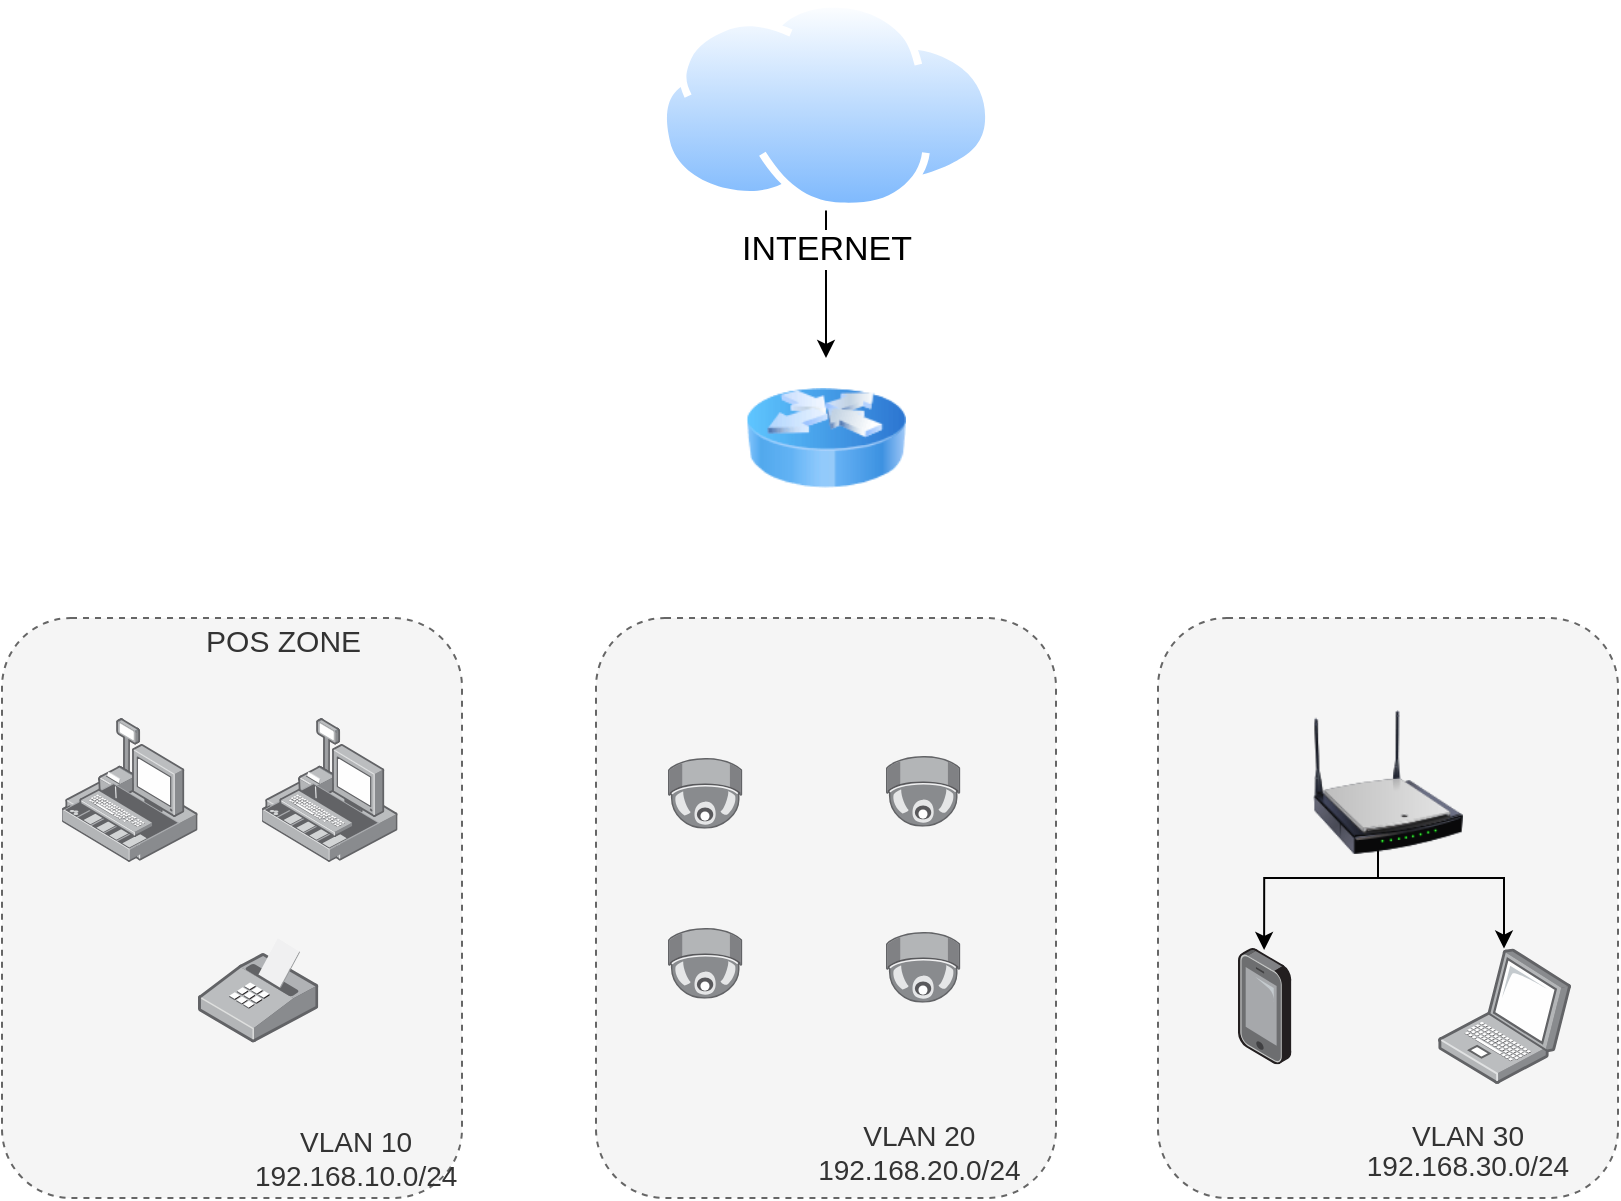
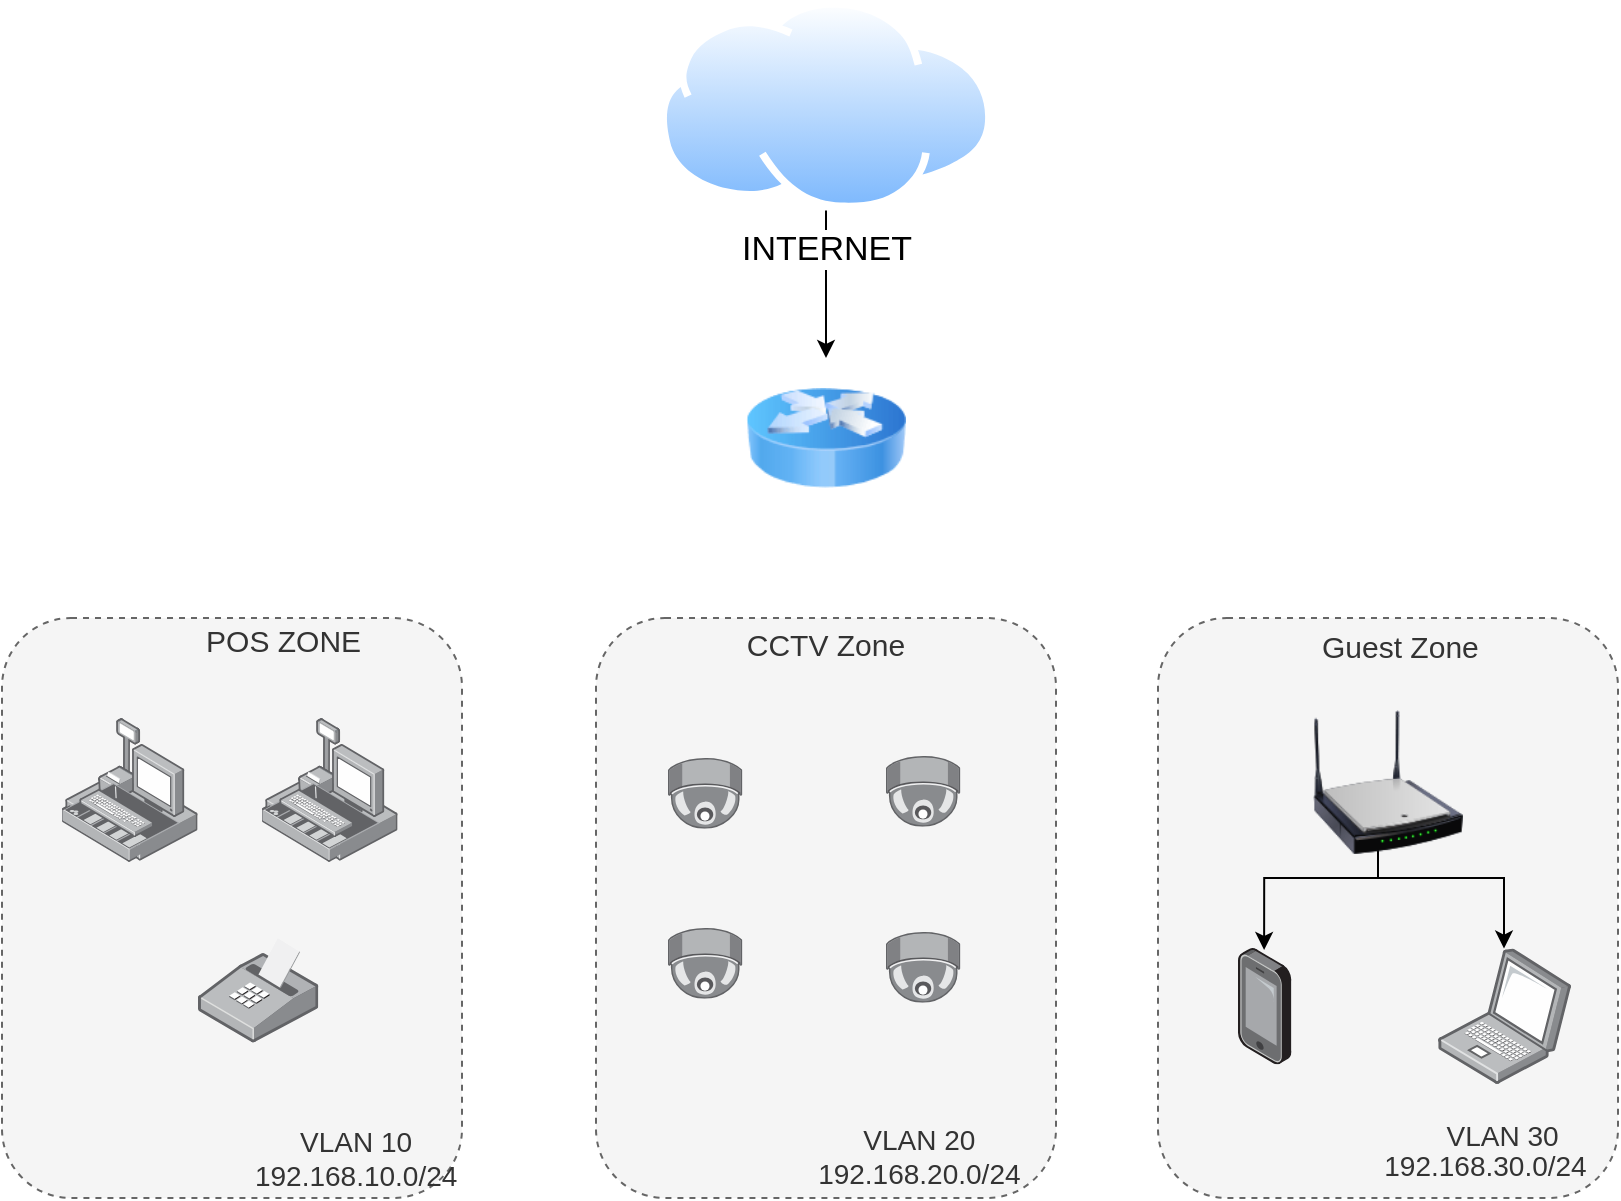
<mxfile host="app.diagrams.net">
  <diagram name="Trang-1" id="-QvKHvVX4tWdF-sznae-">
    <mxGraphModel dx="1012" dy="601" grid="1" gridSize="10" guides="1" tooltips="1" connect="1" arrows="1" fold="1" page="1" pageScale="1" pageWidth="827" pageHeight="1169" math="0" shadow="0">
      <root>
        <mxCell id="0" />
        <mxCell id="1" parent="0" />
        <mxCell id="tlgCcKQl9_W-pkazaHYF-1" parent="1" style="rounded=1;whiteSpace=wrap;html=1;dashed=1;fillColor=#f5f5f5;strokeColor=#666666;fontColor=#333333;align=left;" value="&lt;div&gt;&lt;font style=&quot;font-size: 15px;&quot;&gt;&lt;span style=&quot;white-space: pre;&quot;&gt;&#x9;&lt;/span&gt;&lt;span style=&quot;white-space: pre;&quot;&gt;&#x9;&lt;/span&gt;&lt;span style=&quot;white-space: pre;&quot;&gt;&#x9;&lt;/span&gt;POS ZONE&lt;br&gt;&lt;/font&gt;&lt;/div&gt;&lt;div&gt;&lt;font style=&quot;font-size: 14px;&quot;&gt;&lt;br&gt;&lt;/font&gt;&lt;/div&gt;&lt;div&gt;&lt;font style=&quot;font-size: 14px;&quot;&gt;&lt;br&gt;&lt;/font&gt;&lt;/div&gt;&lt;div style=&quot;text-align: center;&quot;&gt;&lt;font style=&quot;font-size: 14px;&quot;&gt;&lt;br&gt;&lt;/font&gt;&lt;/div&gt;&lt;div style=&quot;text-align: center;&quot;&gt;&lt;font style=&quot;font-size: 14px;&quot;&gt;&lt;br&gt;&lt;/font&gt;&lt;/div&gt;&lt;div style=&quot;text-align: center;&quot;&gt;&lt;font style=&quot;font-size: 14px;&quot;&gt;&lt;br&gt;&lt;/font&gt;&lt;/div&gt;&lt;div style=&quot;text-align: center;&quot;&gt;&lt;font style=&quot;font-size: 14px;&quot;&gt;&lt;br&gt;&lt;/font&gt;&lt;/div&gt;&lt;div style=&quot;text-align: center;&quot;&gt;&lt;font style=&quot;font-size: 14px;&quot;&gt;&lt;br&gt;&lt;/font&gt;&lt;/div&gt;&lt;div style=&quot;text-align: center;&quot;&gt;&lt;br&gt;&lt;/div&gt;&lt;div style=&quot;text-align: center;&quot;&gt;&lt;font style=&quot;font-size: 14px;&quot;&gt;&lt;br&gt;&lt;/font&gt;&lt;/div&gt;&lt;div style=&quot;text-align: center;&quot;&gt;&lt;font style=&quot;font-size: 14px;&quot;&gt;&lt;br&gt;&lt;/font&gt;&lt;/div&gt;&lt;div&gt;&lt;div style=&quot;text-align: center;&quot;&gt;&lt;span style=&quot;font-size: 14px; background-color: transparent; color: light-dark(rgb(51, 51, 51), rgb(193, 193, 193));&quot;&gt;&amp;nbsp; &amp;nbsp; &amp;nbsp; &amp;nbsp; &amp;nbsp; &amp;nbsp; &amp;nbsp; &amp;nbsp; &amp;nbsp; &amp;nbsp; &amp;nbsp; &amp;nbsp; &amp;nbsp; &amp;nbsp; &amp;nbsp; &amp;nbsp;&amp;nbsp;&lt;/span&gt;&lt;/div&gt;&lt;div style=&quot;text-align: center;&quot;&gt;&lt;span style=&quot;font-size: 14px; background-color: transparent; color: light-dark(rgb(51, 51, 51), rgb(193, 193, 193));&quot;&gt;&lt;br&gt;&lt;/span&gt;&lt;/div&gt;&lt;div style=&quot;text-align: center;&quot;&gt;&lt;span style=&quot;font-size: 14px; background-color: transparent; color: light-dark(rgb(51, 51, 51), rgb(193, 193, 193));&quot;&gt;&lt;br&gt;&lt;/span&gt;&lt;/div&gt;&lt;div style=&quot;text-align: center;&quot;&gt;&lt;span style=&quot;font-size: 14px; background-color: transparent; color: light-dark(rgb(51, 51, 51), rgb(193, 193, 193));&quot;&gt;&lt;br&gt;&lt;/span&gt;&lt;/div&gt;&lt;div style=&quot;text-align: center;&quot;&gt;&lt;span style=&quot;font-size: 14px; background-color: transparent; color: light-dark(rgb(51, 51, 51), rgb(193, 193, 193));&quot;&gt;&lt;span style=&quot;white-space: pre;&quot;&gt;&#x9;&lt;/span&gt;&lt;span style=&quot;white-space: pre;&quot;&gt;&#x9;&lt;/span&gt;&lt;span style=&quot;white-space: pre;&quot;&gt;&#x9;&lt;/span&gt;&lt;span style=&quot;white-space: pre;&quot;&gt;&#x9;&lt;/span&gt;VLAN 10&lt;/span&gt;&lt;/div&gt;&lt;div style=&quot;text-align: center;&quot;&gt;&lt;font style=&quot;font-size: 14px;&quot;&gt;&lt;span style=&quot;white-space: pre;&quot;&gt;&#x9;&lt;/span&gt;&lt;span style=&quot;white-space: pre;&quot;&gt;&#x9;&lt;/span&gt;&lt;span style=&quot;white-space: pre;&quot;&gt;&#x9;&lt;/span&gt;&lt;span style=&quot;white-space: pre;&quot;&gt;&#x9;&lt;/span&gt;192.168.10.0/24&lt;/font&gt;&lt;/div&gt;&lt;/div&gt;" vertex="1">
          <mxGeometry height="290" width="230" x="10" y="310" as="geometry" />
        </mxCell>
        <mxCell id="tlgCcKQl9_W-pkazaHYF-5" edge="1" parent="1" source="6glJgjmVUURO1JKE-K0C-2" style="edgeStyle=orthogonalEdgeStyle;rounded=0;orthogonalLoop=1;jettySize=auto;html=1;" value="">
          <mxGeometry relative="1" as="geometry">
            <mxPoint x="422.0050000000001" y="180" as="targetPoint" />
          </mxGeometry>
        </mxCell>
        <mxCell id="6glJgjmVUURO1JKE-K0C-2" parent="1" style="image;aspect=fixed;perimeter=ellipsePerimeter;html=1;align=center;shadow=0;dashed=0;spacingTop=3;image=img/lib/active_directory/internet_cloud.svg;" value="&lt;font style=&quot;font-size: 17px;&quot;&gt;INTERNET&lt;/font&gt;" vertex="1">
          <mxGeometry height="105.2" width="166.99" x="338.51" y="1" as="geometry" />
        </mxCell>
        <mxCell id="tlgCcKQl9_W-pkazaHYF-2" parent="1" style="image;html=1;image=img/lib/clip_art/networking/Router_Icon_128x128.png;labelBackgroundColor=#f8cecc;labelBorderColor=#b85450;" value="" vertex="1">
          <mxGeometry height="80" width="80" x="382" y="180" as="geometry" />
        </mxCell>
-         <mxCell id="tlgCcKQl9_W-pkazaHYF-6" parent="1" style="rounded=1;whiteSpace=wrap;html=1;dashed=1;fillColor=#f5f5f5;strokeColor=#666666;fontColor=#333333;" value="&lt;div&gt;&lt;br&gt;&lt;/div&gt;&lt;div&gt;&lt;br&gt;&lt;/div&gt;&lt;div&gt;&lt;br&gt;&lt;/div&gt;&lt;div&gt;&lt;br&gt;&lt;/div&gt;&lt;div&gt;&lt;br&gt;&lt;/div&gt;&lt;div&gt;&lt;br&gt;&lt;/div&gt;&lt;div&gt;&lt;br&gt;&lt;/div&gt;&lt;div&gt;&lt;br&gt;&lt;/div&gt;&lt;div&gt;&lt;br&gt;&lt;/div&gt;&lt;div&gt;&lt;br&gt;&lt;/div&gt;&lt;div&gt;&lt;br&gt;&lt;/div&gt;&lt;div&gt;&lt;br&gt;&lt;/div&gt;&lt;div&gt;&lt;br&gt;&lt;/div&gt;&lt;div&gt;&lt;br&gt;&lt;/div&gt;&lt;div&gt;&lt;br&gt;&lt;/div&gt;&lt;div&gt;&lt;br&gt;&lt;/div&gt;&lt;div&gt;&lt;br&gt;&lt;/div&gt;&lt;div&gt;&lt;span style=&quot;font-size: 14px; background-color: transparent; color: light-dark(rgb(51, 51, 51), rgb(193, 193, 193));&quot;&gt;&lt;span style=&quot;white-space: pre;&quot;&gt;&#x9;&lt;/span&gt;&lt;span style=&quot;white-space: pre;&quot;&gt;&#x9;&lt;/span&gt;&lt;span style=&quot;white-space: pre;&quot;&gt;&#x9;&lt;/span&gt;VLAN 20&lt;/span&gt;&lt;/div&gt;&lt;div&gt;&lt;/div&gt;&lt;div&gt;&lt;font style=&quot;font-size: 14px;&quot;&gt;&lt;span style=&quot;white-space: pre;&quot;&gt;&#x9;&lt;/span&gt;&lt;span style=&quot;white-space: pre;&quot;&gt;&#x9;&lt;/span&gt;&lt;span style=&quot;white-space: pre;&quot;&gt;&#x9;&lt;/span&gt;192.168.20.0/24&lt;/font&gt;&lt;/div&gt;" vertex="1">
+         <mxCell id="tlgCcKQl9_W-pkazaHYF-6" parent="1" style="rounded=1;whiteSpace=wrap;html=1;dashed=1;fillColor=#f5f5f5;strokeColor=#666666;fontColor=#333333;" value="&lt;div&gt;&lt;font style=&quot;font-size: 15px;&quot;&gt;CCTV Zone&lt;/font&gt;&lt;/div&gt;&lt;div&gt;&lt;br&gt;&lt;/div&gt;&lt;div&gt;&lt;br&gt;&lt;/div&gt;&lt;div&gt;&lt;br&gt;&lt;/div&gt;&lt;div&gt;&lt;br&gt;&lt;/div&gt;&lt;div&gt;&lt;br&gt;&lt;/div&gt;&lt;div&gt;&lt;br&gt;&lt;/div&gt;&lt;div&gt;&lt;br&gt;&lt;/div&gt;&lt;div&gt;&lt;br&gt;&lt;/div&gt;&lt;div&gt;&lt;br&gt;&lt;/div&gt;&lt;div&gt;&lt;br&gt;&lt;/div&gt;&lt;div&gt;&lt;br&gt;&lt;/div&gt;&lt;div&gt;&lt;br&gt;&lt;/div&gt;&lt;div&gt;&lt;br&gt;&lt;/div&gt;&lt;div&gt;&lt;br&gt;&lt;/div&gt;&lt;div&gt;&lt;br&gt;&lt;/div&gt;&lt;div&gt;&lt;br&gt;&lt;/div&gt;&lt;div&gt;&lt;span style=&quot;font-size: 14px; background-color: transparent; color: light-dark(rgb(51, 51, 51), rgb(193, 193, 193));&quot;&gt;&lt;span style=&quot;white-space: pre;&quot;&gt;&#x9;&lt;/span&gt;&lt;span style=&quot;white-space: pre;&quot;&gt;&#x9;&lt;/span&gt;&lt;span style=&quot;white-space: pre;&quot;&gt;&#x9;&lt;/span&gt;VLAN 20&lt;/span&gt;&lt;/div&gt;&lt;div&gt;&lt;/div&gt;&lt;div&gt;&lt;font style=&quot;font-size: 14px;&quot;&gt;&lt;span style=&quot;white-space: pre;&quot;&gt;&#x9;&lt;/span&gt;&lt;span style=&quot;white-space: pre;&quot;&gt;&#x9;&lt;/span&gt;&lt;span style=&quot;white-space: pre;&quot;&gt;&#x9;&lt;/span&gt;192.168.20.0/24&lt;/font&gt;&lt;/div&gt;" vertex="1">
          <mxGeometry height="290" width="230" x="307" y="310" as="geometry" />
        </mxCell>
-         <mxCell id="tlgCcKQl9_W-pkazaHYF-7" parent="1" style="rounded=1;whiteSpace=wrap;html=1;dashed=1;fillColor=#f5f5f5;strokeColor=#666666;fontColor=#333333;" value="&lt;blockquote style=&quot;margin: 0px 0px 0px 40px; border-width: medium; border-style: none; border-color: currentcolor; border-image: initial; padding: 0px; line-height: 110%;&quot;&gt;&lt;blockquote style=&quot;margin: 0px 0px 0px 40px; border-width: medium; border-style: none; border-color: currentcolor; border-image: initial; padding: 0px;&quot;&gt;&lt;font style=&quot;font-size: 14px;&quot;&gt;&lt;br&gt;&lt;/font&gt;&lt;/blockquote&gt;&lt;blockquote style=&quot;margin: 0px 0px 0px 40px; border-width: medium; border-style: none; border-color: currentcolor; border-image: initial; padding: 0px;&quot;&gt;&lt;font style=&quot;font-size: 14px;&quot;&gt;&lt;br&gt;&lt;/font&gt;&lt;/blockquote&gt;&lt;blockquote style=&quot;margin: 0px 0px 0px 40px; border-width: medium; border-style: none; border-color: currentcolor; border-image: initial; padding: 0px;&quot;&gt;&lt;font style=&quot;font-size: 14px;&quot;&gt;&lt;br&gt;&lt;/font&gt;&lt;/blockquote&gt;&lt;blockquote style=&quot;margin: 0px 0px 0px 40px; border-width: medium; border-style: none; border-color: currentcolor; border-image: initial; padding: 0px;&quot;&gt;&lt;font style=&quot;font-size: 14px;&quot;&gt;&lt;br&gt;&lt;/font&gt;&lt;/blockquote&gt;&lt;blockquote style=&quot;margin: 0px 0px 0px 40px; border-width: medium; border-style: none; border-color: currentcolor; border-image: initial; padding: 0px;&quot;&gt;&lt;font style=&quot;font-size: 14px;&quot;&gt;&lt;br&gt;&lt;/font&gt;&lt;/blockquote&gt;&lt;blockquote style=&quot;margin: 0px 0px 0px 40px; border-width: medium; border-style: none; border-color: currentcolor; border-image: initial; padding: 0px;&quot;&gt;&lt;font style=&quot;font-size: 14px;&quot;&gt;&lt;br&gt;&lt;/font&gt;&lt;/blockquote&gt;&lt;blockquote style=&quot;margin: 0px 0px 0px 40px; border-width: medium; border-style: none; border-color: currentcolor; border-image: initial; padding: 0px;&quot;&gt;&lt;font style=&quot;font-size: 14px;&quot;&gt;&lt;br&gt;&lt;/font&gt;&lt;/blockquote&gt;&lt;blockquote style=&quot;margin: 0px 0px 0px 40px; border-width: medium; border-style: none; border-color: currentcolor; border-image: initial; padding: 0px;&quot;&gt;&lt;font style=&quot;font-size: 14px;&quot;&gt;&lt;br&gt;&lt;/font&gt;&lt;/blockquote&gt;&lt;blockquote style=&quot;margin: 0px 0px 0px 40px; border-width: medium; border-style: none; border-color: currentcolor; border-image: initial; padding: 0px;&quot;&gt;&lt;font style=&quot;font-size: 14px;&quot;&gt;&lt;br&gt;&lt;/font&gt;&lt;/blockquote&gt;&lt;blockquote style=&quot;margin: 0px 0px 0px 40px; border-width: medium; border-style: none; border-color: currentcolor; border-image: initial; padding: 0px;&quot;&gt;&lt;font style=&quot;font-size: 14px;&quot;&gt;&lt;br&gt;&lt;/font&gt;&lt;/blockquote&gt;&lt;blockquote style=&quot;margin: 0px 0px 0px 40px; border-width: medium; border-style: none; border-color: currentcolor; border-image: initial; padding: 0px;&quot;&gt;&lt;font style=&quot;font-size: 14px;&quot;&gt;&lt;br&gt;&lt;/font&gt;&lt;/blockquote&gt;&lt;blockquote style=&quot;margin: 0px 0px 0px 40px; border-width: medium; border-style: none; border-color: currentcolor; border-image: initial; padding: 0px;&quot;&gt;&lt;font style=&quot;font-size: 14px;&quot;&gt;&lt;br&gt;&lt;/font&gt;&lt;/blockquote&gt;&lt;blockquote style=&quot;margin: 0px 0px 0px 40px; border-width: medium; border-style: none; border-color: currentcolor; border-image: initial; padding: 0px;&quot;&gt;&lt;font style=&quot;font-size: 14px;&quot;&gt;&lt;br&gt;&lt;/font&gt;&lt;/blockquote&gt;&lt;blockquote style=&quot;margin: 0px 0px 0px 40px; border-width: medium; border-style: none; border-color: currentcolor; border-image: initial; padding: 0px;&quot;&gt;&lt;font style=&quot;font-size: 14px;&quot;&gt;&lt;br&gt;&lt;/font&gt;&lt;/blockquote&gt;&lt;blockquote style=&quot;margin: 0px 0px 0px 40px; border-width: medium; border-style: none; border-color: currentcolor; border-image: initial; padding: 0px;&quot;&gt;&lt;span style=&quot;font-size: 14px; background-color: transparent; color: light-dark(rgb(51, 51, 51), rgb(193, 193, 193));&quot;&gt;&lt;br&gt;&lt;/span&gt;&lt;/blockquote&gt;&lt;blockquote style=&quot;margin: 0px 0px 0px 40px; border-width: medium; border-style: none; border-color: currentcolor; border-image: initial; padding: 0px;&quot;&gt;&lt;span style=&quot;font-size: 14px; background-color: transparent; color: light-dark(rgb(51, 51, 51), rgb(193, 193, 193)); line-height: 110%;&quot;&gt;&lt;br&gt;&lt;/span&gt;&lt;/blockquote&gt;&lt;blockquote style=&quot;margin: 0px 0px 0px 40px; border-width: medium; border-style: none; border-color: currentcolor; border-image: initial; padding: 0px;&quot;&gt;&lt;span style=&quot;font-size: 14px; background-color: transparent; color: light-dark(rgb(51, 51, 51), rgb(193, 193, 193)); line-height: 110%;&quot;&gt;&lt;br&gt;&lt;/span&gt;&lt;/blockquote&gt;&lt;blockquote style=&quot;margin: 0px 0px 0px 40px; border-width: medium; border-style: none; border-color: currentcolor; border-image: initial; padding: 0px;&quot;&gt;&lt;span style=&quot;font-size: 14px; background-color: transparent; color: light-dark(rgb(51, 51, 51), rgb(193, 193, 193)); line-height: 110%;&quot;&gt;VLAN 30&lt;/span&gt;&lt;/blockquote&gt;&lt;blockquote style=&quot;margin: 0px 0px 0px 40px; border-width: medium; border-style: none; border-color: currentcolor; border-image: initial; padding: 0px;&quot;&gt;&lt;div&gt;&lt;font style=&quot;font-size: 14px; line-height: 110%;&quot;&gt;192.168.30.0/24&lt;/font&gt;&lt;/div&gt;&lt;/blockquote&gt;&lt;/blockquote&gt;" vertex="1">
+         <mxCell id="tlgCcKQl9_W-pkazaHYF-7" parent="1" style="rounded=1;whiteSpace=wrap;html=1;dashed=1;fillColor=#f5f5f5;strokeColor=#666666;fontColor=#333333;align=left;" value="&lt;blockquote style=&quot;margin: 0px 0px 0px 40px; border-width: medium; border-style: none; border-color: currentcolor; border-image: initial; padding: 0px; line-height: 110%;&quot;&gt;&lt;blockquote style=&quot;margin: 0px 0px 0px 40px; border-width: medium; border-style: none; border-color: currentcolor; border-image: initial; padding: 0px;&quot;&gt;&lt;font style=&quot;font-size: 15px;&quot;&gt;Guest Zone&lt;/font&gt;&lt;/blockquote&gt;&lt;blockquote style=&quot;margin: 0px 0px 0px 40px; border-width: medium; border-style: none; border-color: currentcolor; border-image: initial; padding: 0px;&quot;&gt;&lt;br&gt;&lt;/blockquote&gt;&lt;blockquote style=&quot;margin: 0px 0px 0px 40px; border-width: medium; border-style: none; border-color: currentcolor; border-image: initial; padding: 0px;&quot;&gt;&lt;font style=&quot;font-size: 14px;&quot;&gt;&lt;br&gt;&lt;/font&gt;&lt;/blockquote&gt;&lt;blockquote style=&quot;margin: 0px 0px 0px 40px; border-width: medium; border-style: none; border-color: currentcolor; border-image: initial; padding: 0px;&quot;&gt;&lt;font style=&quot;font-size: 14px;&quot;&gt;&lt;br&gt;&lt;/font&gt;&lt;/blockquote&gt;&lt;blockquote style=&quot;margin: 0px 0px 0px 40px; border-width: medium; border-style: none; border-color: currentcolor; border-image: initial; padding: 0px;&quot;&gt;&lt;font style=&quot;font-size: 14px;&quot;&gt;&lt;br&gt;&lt;/font&gt;&lt;/blockquote&gt;&lt;blockquote style=&quot;margin: 0px 0px 0px 40px; border-width: medium; border-style: none; border-color: currentcolor; border-image: initial; padding: 0px;&quot;&gt;&lt;font style=&quot;font-size: 14px;&quot;&gt;&lt;br&gt;&lt;/font&gt;&lt;/blockquote&gt;&lt;blockquote style=&quot;margin: 0px 0px 0px 40px; border-width: medium; border-style: none; border-color: currentcolor; border-image: initial; padding: 0px;&quot;&gt;&lt;font style=&quot;font-size: 14px;&quot;&gt;&lt;br&gt;&lt;/font&gt;&lt;/blockquote&gt;&lt;blockquote style=&quot;margin: 0px 0px 0px 40px; border-width: medium; border-style: none; border-color: currentcolor; border-image: initial; padding: 0px;&quot;&gt;&lt;font style=&quot;font-size: 14px;&quot;&gt;&lt;br&gt;&lt;/font&gt;&lt;/blockquote&gt;&lt;blockquote style=&quot;margin: 0px 0px 0px 40px; border-width: medium; border-style: none; border-color: currentcolor; border-image: initial; padding: 0px;&quot;&gt;&lt;font style=&quot;font-size: 14px;&quot;&gt;&lt;br&gt;&lt;/font&gt;&lt;/blockquote&gt;&lt;blockquote style=&quot;margin: 0px 0px 0px 40px; border-width: medium; border-style: none; border-color: currentcolor; border-image: initial; padding: 0px;&quot;&gt;&lt;font style=&quot;font-size: 14px;&quot;&gt;&lt;br&gt;&lt;/font&gt;&lt;/blockquote&gt;&lt;blockquote style=&quot;margin: 0px 0px 0px 40px; border-width: medium; border-style: none; border-color: currentcolor; border-image: initial; padding: 0px;&quot;&gt;&lt;font style=&quot;font-size: 14px;&quot;&gt;&lt;br&gt;&lt;/font&gt;&lt;/blockquote&gt;&lt;blockquote style=&quot;margin: 0px 0px 0px 40px; border-width: medium; border-style: none; border-color: currentcolor; border-image: initial; padding: 0px;&quot;&gt;&lt;font style=&quot;font-size: 14px;&quot;&gt;&lt;br&gt;&lt;/font&gt;&lt;/blockquote&gt;&lt;blockquote style=&quot;margin: 0px 0px 0px 40px; border-width: medium; border-style: none; border-color: currentcolor; border-image: initial; padding: 0px;&quot;&gt;&lt;font style=&quot;font-size: 14px;&quot;&gt;&lt;br&gt;&lt;/font&gt;&lt;/blockquote&gt;&lt;blockquote style=&quot;margin: 0px 0px 0px 40px; border-width: medium; border-style: none; border-color: currentcolor; border-image: initial; padding: 0px;&quot;&gt;&lt;font style=&quot;font-size: 14px;&quot;&gt;&lt;br&gt;&lt;/font&gt;&lt;/blockquote&gt;&lt;blockquote style=&quot;margin: 0px 0px 0px 40px; border-width: medium; border-style: none; border-color: currentcolor; border-image: initial; padding: 0px;&quot;&gt;&lt;span style=&quot;font-size: 14px; background-color: transparent; color: light-dark(rgb(51, 51, 51), rgb(193, 193, 193));&quot;&gt;&lt;br&gt;&lt;/span&gt;&lt;/blockquote&gt;&lt;blockquote style=&quot;margin: 0px 0px 0px 40px; border-width: medium; border-style: none; border-color: currentcolor; border-image: initial; padding: 0px;&quot;&gt;&lt;span style=&quot;font-size: 14px; background-color: transparent; color: light-dark(rgb(51, 51, 51), rgb(193, 193, 193)); line-height: 110%;&quot;&gt;&lt;br&gt;&lt;/span&gt;&lt;/blockquote&gt;&lt;blockquote style=&quot;margin: 0px 0px 0px 40px; border-width: medium; border-style: none; border-color: currentcolor; border-image: initial; padding: 0px;&quot;&gt;&lt;span style=&quot;font-size: 14px; background-color: transparent; color: light-dark(rgb(51, 51, 51), rgb(193, 193, 193)); line-height: 110%;&quot;&gt;&lt;br&gt;&lt;/span&gt;&lt;/blockquote&gt;&lt;blockquote style=&quot;margin: 0px 0px 0px 40px; border-width: medium; border-style: none; border-color: currentcolor; border-image: initial; padding: 0px;&quot;&gt;&lt;span style=&quot;font-size: 14px; background-color: transparent; color: light-dark(rgb(51, 51, 51), rgb(193, 193, 193)); line-height: 110%;&quot;&gt;&lt;span style=&quot;white-space: pre;&quot;&gt;&#x9;&lt;/span&gt;&lt;span style=&quot;white-space: pre;&quot;&gt;&#x9;&lt;/span&gt;VLAN 30&lt;/span&gt;&lt;/blockquote&gt;&lt;blockquote style=&quot;margin: 0px 0px 0px 40px; border-width: medium; border-style: none; border-color: currentcolor; border-image: initial; padding: 0px;&quot;&gt;&lt;div&gt;&lt;font style=&quot;font-size: 14px; line-height: 110%;&quot;&gt;&lt;span style=&quot;white-space: pre;&quot;&gt;&#x9;&lt;/span&gt;192.168.30.0/24&lt;/font&gt;&lt;/div&gt;&lt;/blockquote&gt;&lt;/blockquote&gt;" vertex="1">
          <mxGeometry height="290" width="230" x="588" y="310" as="geometry" />
        </mxCell>
        <mxCell id="tlgCcKQl9_W-pkazaHYF-8" parent="1" style="image;points=[];aspect=fixed;html=1;align=center;shadow=0;dashed=0;image=img/lib/allied_telesis/security/POS.svg;" value="" vertex="1">
          <mxGeometry height="72" width="67.8" x="40" y="360" as="geometry" />
        </mxCell>
        <mxCell id="tlgCcKQl9_W-pkazaHYF-9" parent="1" style="image;points=[];aspect=fixed;html=1;align=center;shadow=0;dashed=0;image=img/lib/allied_telesis/security/POS.svg;" value="" vertex="1">
          <mxGeometry height="72" width="67.8" x="140" y="360" as="geometry" />
        </mxCell>
        <mxCell id="tlgCcKQl9_W-pkazaHYF-10" parent="1" style="image;points=[];aspect=fixed;html=1;align=center;shadow=0;dashed=0;image=img/lib/allied_telesis/computer_and_terminals/POS_Printer.svg;direction=east;" value="" vertex="1">
          <mxGeometry height="52.4" width="60.16" x="108" y="470" as="geometry" />
        </mxCell>
        <mxCell id="tlgCcKQl9_W-pkazaHYF-11" parent="1" style="image;points=[];aspect=fixed;html=1;align=center;shadow=0;dashed=0;image=img/lib/allied_telesis/security/Surveillance_Camera_Ceiling.svg;" value="" vertex="1">
          <mxGeometry height="35.4" width="37.2" x="343" y="380" as="geometry" />
        </mxCell>
        <mxCell id="tlgCcKQl9_W-pkazaHYF-12" parent="1" style="image;points=[];aspect=fixed;html=1;align=center;shadow=0;dashed=0;image=img/lib/allied_telesis/security/Surveillance_Camera_Ceiling.svg;" value="" vertex="1">
          <mxGeometry height="35.4" width="37.2" x="343" y="465" as="geometry" />
        </mxCell>
        <mxCell id="tlgCcKQl9_W-pkazaHYF-14" parent="1" style="image;points=[];aspect=fixed;html=1;align=center;shadow=0;dashed=0;image=img/lib/allied_telesis/security/Surveillance_Camera_Ceiling.svg;" value="" vertex="1">
          <mxGeometry height="35.4" width="37.2" x="452" y="379" as="geometry" />
        </mxCell>
        <mxCell id="tlgCcKQl9_W-pkazaHYF-16" parent="1" style="image;points=[];aspect=fixed;html=1;align=center;shadow=0;dashed=0;image=img/lib/allied_telesis/security/Surveillance_Camera_Ceiling.svg;" value="" vertex="1">
          <mxGeometry height="35.4" width="37.2" x="452" y="467" as="geometry" />
        </mxCell>
        <mxCell id="tlgCcKQl9_W-pkazaHYF-20" edge="1" parent="1" source="tlgCcKQl9_W-pkazaHYF-17" style="edgeStyle=orthogonalEdgeStyle;rounded=0;orthogonalLoop=1;jettySize=auto;html=1;" target="tlgCcKQl9_W-pkazaHYF-19" value="">
          <mxGeometry relative="1" as="geometry">
            <Array as="points">
              <mxPoint x="698" y="440" />
              <mxPoint x="761" y="440" />
            </Array>
          </mxGeometry>
        </mxCell>
        <mxCell id="tlgCcKQl9_W-pkazaHYF-22" edge="1" parent="1" style="edgeStyle=orthogonalEdgeStyle;rounded=0;orthogonalLoop=1;jettySize=auto;html=1;" value="">
          <mxGeometry relative="1" as="geometry">
            <Array as="points">
              <mxPoint x="698" y="440" />
              <mxPoint x="641" y="440" />
            </Array>
            <mxPoint x="698" y="399" as="sourcePoint" />
            <mxPoint x="641.0588235294117" y="476" as="targetPoint" />
          </mxGeometry>
        </mxCell>
        <mxCell id="tlgCcKQl9_W-pkazaHYF-17" parent="1" style="image;html=1;image=img/lib/clip_art/networking/Wireless_Router_N_128x128.png" value="" vertex="1">
          <mxGeometry height="80" width="75" x="665.5" y="352" as="geometry" />
        </mxCell>
        <mxCell id="tlgCcKQl9_W-pkazaHYF-18" parent="1" style="image;points=[];aspect=fixed;html=1;align=center;shadow=0;dashed=0;image=img/lib/allied_telesis/computer_and_terminals/Smartphone.svg;" value="" vertex="1">
          <mxGeometry height="58.2" width="26.68" x="628" y="475" as="geometry" />
        </mxCell>
        <mxCell id="tlgCcKQl9_W-pkazaHYF-19" parent="1" style="image;points=[];aspect=fixed;html=1;align=center;shadow=0;dashed=0;image=img/lib/allied_telesis/computer_and_terminals/Laptop.svg;" value="" vertex="1">
          <mxGeometry height="67.6" width="66.65" x="728" y="475.3" as="geometry" />
        </mxCell>
      </root>
    </mxGraphModel>
  </diagram>
</mxfile>
